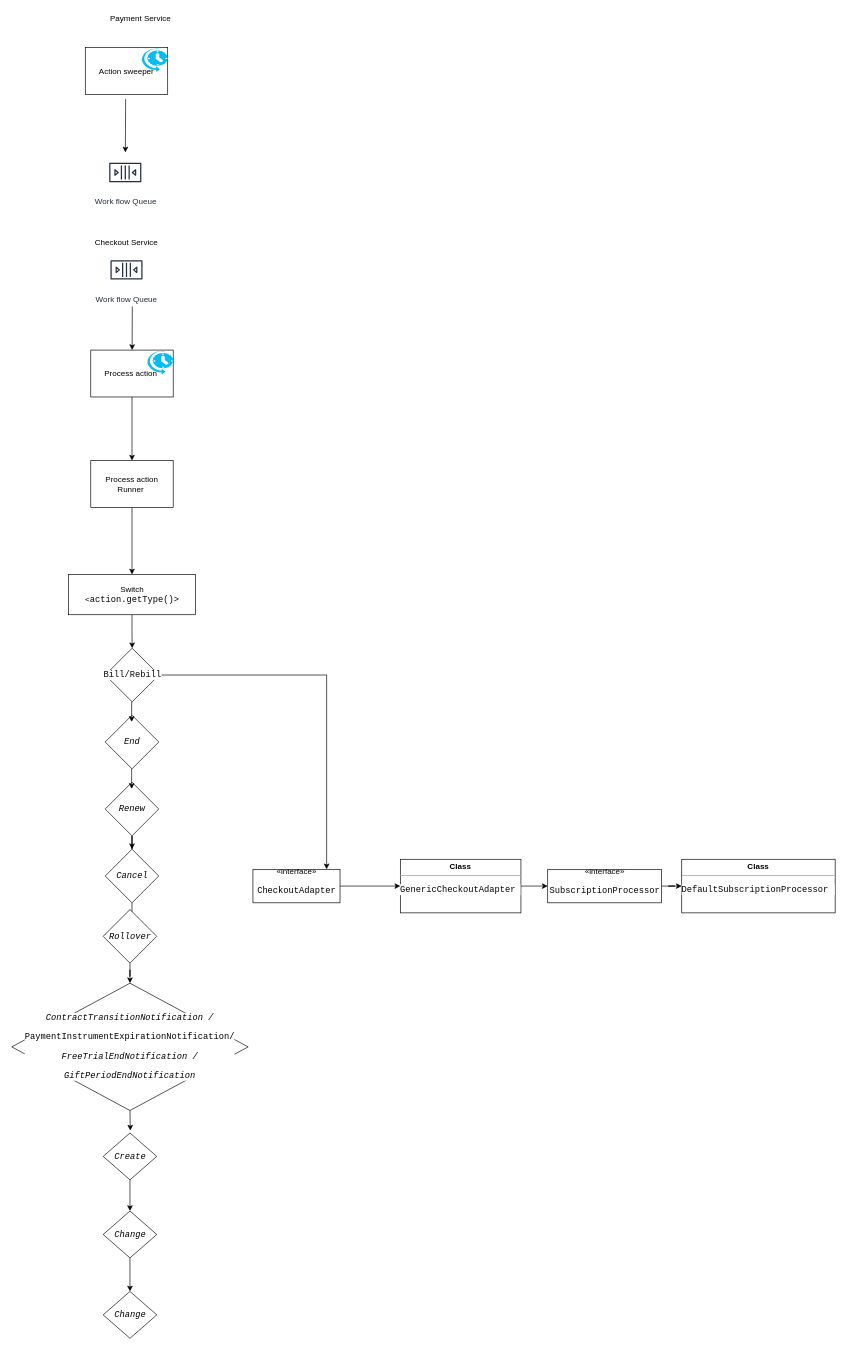
Before: Untitled Diagram.drawio in SARAVANA1990/TestJava, a draw.io diagram. Source tidied: cells renumbered, new cells numbered last; positions are measured from the earlier drawing's top-left corner, leaving out a move shared by most shapes. Both pictures are drawn from the tidied source at 67%, with x=0, y=0 at pixel (11, 11).
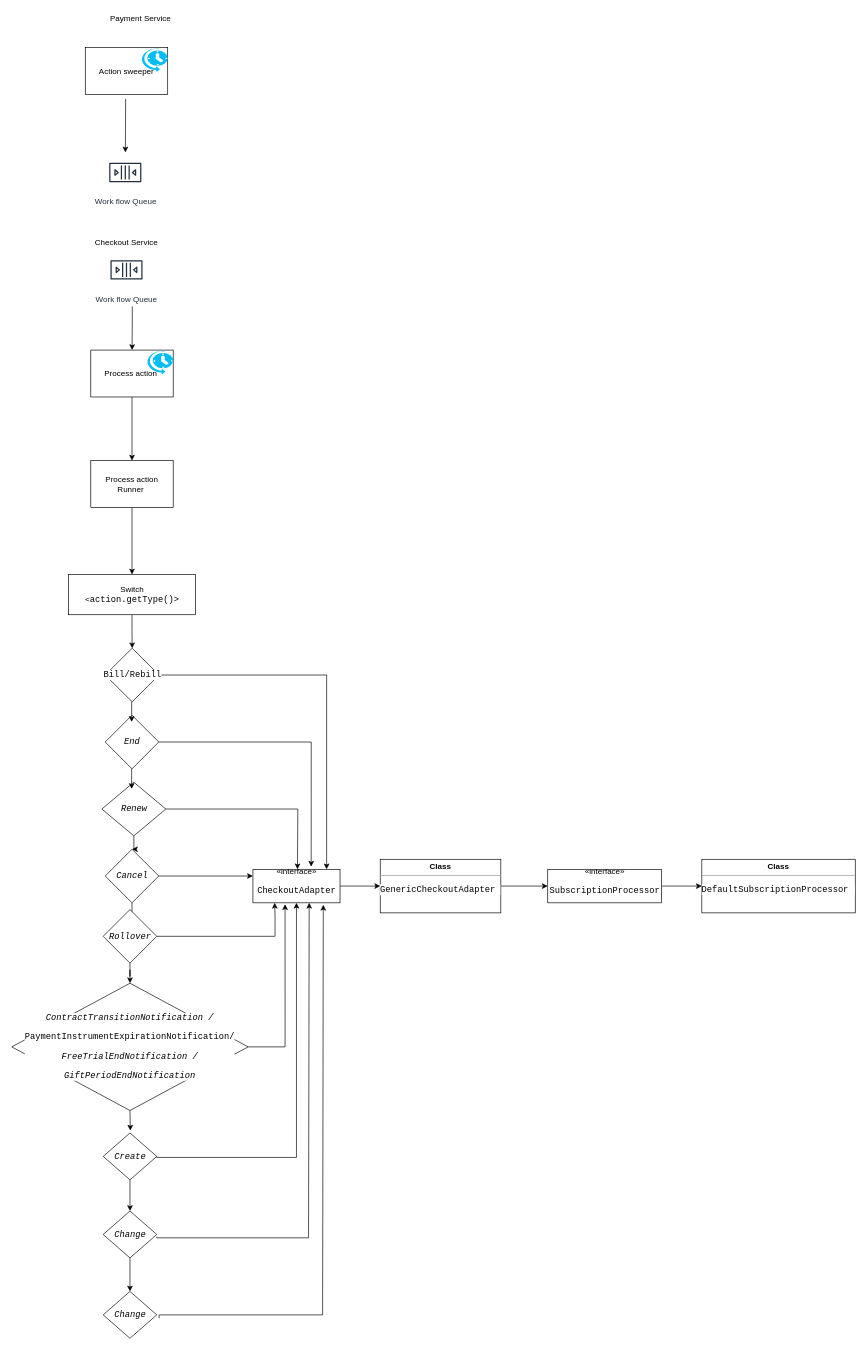
The same page after the edit.

Unchanged cells that the change refers to:
```xml
<mxCell id="3" value="&lt;pre style=&quot;background-color: rgb(255 , 255 , 255) ; font-family: &amp;#34;jetbrains mono&amp;#34; , monospace ; font-size: 9.8pt&quot;&gt;&lt;pre style=&quot;font-family: &amp;#34;jetbrains mono&amp;#34; , monospace ; font-size: 9.8pt&quot;&gt;&lt;pre style=&quot;font-family: &amp;#34;jetbrains mono&amp;#34; , monospace ; font-size: 9.8pt&quot;&gt;&lt;pre style=&quot;font-family: &amp;#34;jetbrains mono&amp;#34; , monospace ; font-size: 9.8pt&quot;&gt;&lt;span style=&quot;font-style: italic&quot;&gt;ContractTransitionNotification /&lt;/span&gt;&lt;/pre&gt;&lt;/pre&gt;&lt;pre style=&quot;font-family: &amp;#34;jetbrains mono&amp;#34; , monospace ; font-size: 9.8pt&quot;&gt;PaymentInstrumentExpirationNotification/&lt;/pre&gt;&lt;pre style=&quot;font-family: &amp;#34;jetbrains mono&amp;#34; , monospace ; font-size: 9.8pt&quot;&gt;&lt;pre style=&quot;font-family: &amp;#34;jetbrains mono&amp;#34; , monospace ; font-size: 9.8pt&quot;&gt;&lt;span style=&quot;font-style: italic&quot;&gt;FreeTrialEndNotification /&lt;/span&gt;&lt;/pre&gt;&lt;pre style=&quot;font-family: &amp;#34;jetbrains mono&amp;#34; , monospace ; font-size: 9.8pt&quot;&gt;&lt;pre style=&quot;font-family: &amp;#34;jetbrains mono&amp;#34; , monospace ; font-size: 9.8pt&quot;&gt;&lt;span style=&quot;font-style: italic&quot;&gt;GiftPeriodEndNotification&lt;/span&gt;&lt;/pre&gt;&lt;/pre&gt;&lt;/pre&gt;&lt;/pre&gt;&lt;/pre&gt;" style="rhombus;whiteSpace=wrap;html=1;" parent="1" vertex="1">
  <mxGeometry x="0.1" y="1450" width="352.8" height="190" as="geometry" />
</mxCell>
<mxCell id="20" value="&lt;pre style=&quot;background-color: rgb(255 , 255 , 255) ; font-family: &amp;#34;jetbrains mono&amp;#34; , monospace ; font-size: 9.8pt&quot;&gt;&lt;span style=&quot;font-style: italic&quot;&gt;End&lt;/span&gt;&lt;/pre&gt;" style="rhombus;whiteSpace=wrap;html=1;" parent="1" vertex="1">
  <mxGeometry x="139.5" y="1050" width="80" height="80" as="geometry" />
</mxCell>
<mxCell id="26" value="&lt;pre style=&quot;background-color: rgb(255 , 255 , 255) ; font-family: &amp;#34;jetbrains mono&amp;#34; , monospace ; font-size: 9.8pt&quot;&gt;&lt;pre style=&quot;font-family: &amp;#34;jetbrains mono&amp;#34; , monospace ; font-size: 9.8pt&quot;&gt;&lt;span style=&quot;font-style: italic&quot;&gt;Rollover&lt;/span&gt;&lt;/pre&gt;&lt;/pre&gt;" style="rhombus;whiteSpace=wrap;html=1;" parent="1" vertex="1">
  <mxGeometry x="136.5" y="1340" width="80" height="80" as="geometry" />
</mxCell>
<mxCell id="28" value="&lt;pre style=&quot;background-color: rgb(255 , 255 , 255) ; font-family: &amp;#34;jetbrains mono&amp;#34; , monospace ; font-size: 9.8pt&quot;&gt;&lt;pre style=&quot;font-family: &amp;#34;jetbrains mono&amp;#34; , monospace ; font-size: 9.8pt&quot;&gt;&lt;pre style=&quot;font-family: &amp;#34;jetbrains mono&amp;#34; , monospace ; font-size: 9.8pt&quot;&gt;&lt;span style=&quot;font-style: italic&quot;&gt;Create&lt;/span&gt;&lt;/pre&gt;&lt;/pre&gt;&lt;/pre&gt;" style="rhombus;whiteSpace=wrap;html=1;" parent="1" vertex="1">
  <mxGeometry x="136.5" y="1673.5" width="80" height="70" as="geometry" />
</mxCell>
<mxCell id="36" value="«interface»&lt;br&gt;&lt;pre style=&quot;background-color: #ffffff ; color: #080808 ; font-family: &amp;#34;jetbrains mono&amp;#34; , monospace ; font-size: 9.8pt&quot;&gt;&lt;span style=&quot;color: #000000&quot;&gt;CheckoutAdapter&lt;/span&gt;&lt;/pre&gt;" style="html=1;strokeColor=#000000;" parent="1" vertex="1">
  <mxGeometry x="360" y="1280" width="130" height="50" as="geometry" />
</mxCell>
```

The edit, as a diff of the source:
```diff
@@
+    <mxCell id="42" style="edgeStyle=orthogonalEdgeStyle;rounded=0;jettySize=auto;html=1;entryX=0.669;entryY=-0.08;entryDx=0;entryDy=0;entryPerimeter=0;" parent="1" edge="1" source="20" target="36">
+      <mxGeometry relative="1" as="geometry" />
+    </mxCell>
@@
     <mxCell id="22" value="&lt;pre style=&quot;background-color: rgb(255 , 255 , 255) ; font-family: &amp;#34;jetbrains mono&amp;#34; , monospace ; font-size: 9.8pt&quot;&gt;&lt;span style=&quot;font-style: italic&quot;&gt;Renew&lt;/span&gt;&lt;/pre&gt;" style="rhombus;whiteSpace=wrap;html=1;" parent="1" vertex="1">
-      <mxGeometry x="139.5" y="1150" width="80" height="80" as="geometry" />
+      <mxGeometry x="134.5" y="1150" width="95.5" height="80" as="geometry" />
     </mxCell>
@@
     <mxCell id="38" value="&lt;p style=&quot;margin: 0px ; margin-top: 4px ; text-align: center&quot;&gt;&lt;b&gt;Class&lt;/b&gt;&lt;/p&gt;&lt;hr size=&quot;1&quot;&gt;&lt;div style=&quot;height: 2px&quot;&gt;&lt;pre style=&quot;background-color: #ffffff ; color: #080808 ; font-family: &amp;#34;jetbrains mono&amp;#34; , monospace ; font-size: 9.8pt&quot;&gt;&lt;span style=&quot;color: #000000&quot;&gt;GenericCheckoutAdapter&lt;/span&gt;&lt;/pre&gt;&lt;/div&gt;" style="verticalAlign=top;align=left;overflow=fill;fontSize=12;fontFamily=Helvetica;html=1;strokeColor=#000000;" parent="1" vertex="1">
-      <mxGeometry x="580" y="1265" width="180" height="80" as="geometry" />
+      <mxGeometry x="550" y="1265" width="180" height="80" as="geometry" />
     </mxCell>
@@
     <mxCell id="41" value="&lt;p style=&quot;margin: 0px ; margin-top: 4px ; text-align: center&quot;&gt;&lt;b&gt;Class&lt;/b&gt;&lt;/p&gt;&lt;hr size=&quot;1&quot;&gt;&lt;div style=&quot;height: 2px&quot;&gt;&lt;pre style=&quot;background-color: #ffffff ; color: #080808 ; font-family: &amp;#34;jetbrains mono&amp;#34; , monospace ; font-size: 9.8pt&quot;&gt;&lt;pre style=&quot;font-family: &amp;#34;jetbrains mono&amp;#34; , monospace ; font-size: 9.8pt&quot;&gt;&lt;span style=&quot;color: #000000&quot;&gt;DefaultSubscriptionProcessor&lt;/span&gt;&lt;/pre&gt;&lt;/pre&gt;&lt;/div&gt;" style="verticalAlign=top;align=left;overflow=fill;fontSize=12;fontFamily=Helvetica;html=1;strokeColor=#000000;" parent="1" vertex="1">
-      <mxGeometry x="1000" y="1265" width="229" height="80" as="geometry" />
+      <mxGeometry x="1030" y="1265" width="229" height="80" as="geometry" />
     </mxCell>
+    <mxCell id="43" style="edgeStyle=orthogonalEdgeStyle;rounded=0;jettySize=auto;html=1;exitX=1;exitY=0.5;exitDx=0;exitDy=0;" parent="1" edge="1" source="22">
+      <mxGeometry relative="1" as="geometry">
+        <mxPoint x="426.5" y="1280" as="targetPoint" />
+      </mxGeometry>
+    </mxCell>
+    <mxCell id="44" style="edgeStyle=orthogonalEdgeStyle;rounded=0;orthogonalLoop=1;jettySize=auto;html=1;exitX=1;exitY=0.5;exitDx=0;exitDy=0;" parent="1" edge="1">
+      <mxGeometry relative="1" as="geometry">
+        <mxPoint x="219.5" y="1290" as="sourcePoint" />
+        <mxPoint x="360" y="1290" as="targetPoint" />
+      </mxGeometry>
+    </mxCell>
+    <mxCell id="45" style="edgeStyle=orthogonalEdgeStyle;rounded=0;jettySize=auto;html=1;exitX=1;exitY=0.5;exitDx=0;exitDy=0;entryX=0.25;entryY=1;entryDx=0;entryDy=0;" parent="1" edge="1" source="26" target="36">
+      <mxGeometry relative="1" as="geometry">
+        <Array as="points">
+          <mxPoint x="393" y="1380" />
+          <mxPoint x="393" y="1350" />
+        </Array>
+      </mxGeometry>
+    </mxCell>
+    <mxCell id="46" style="edgeStyle=orthogonalEdgeStyle;rounded=0;jettySize=auto;html=1;exitX=1;exitY=0.5;exitDx=0;exitDy=0;entryX=0.369;entryY=1.04;entryDx=0;entryDy=0;entryPerimeter=0;" parent="1" edge="1" source="3" target="36">
+      <mxGeometry relative="1" as="geometry">
+        <Array as="points">
+          <mxPoint x="408" y="1545" />
+        </Array>
+      </mxGeometry>
+    </mxCell>
+    <mxCell id="47" style="edgeStyle=orthogonalEdgeStyle;rounded=0;jettySize=auto;html=1;exitX=1;exitY=0.5;exitDx=0;exitDy=0;entryX=0.5;entryY=1;entryDx=0;entryDy=0;" parent="1" edge="1" source="28" target="36">
+      <mxGeometry relative="1" as="geometry">
+        <Array as="points">
+          <mxPoint x="217" y="1710" />
+          <mxPoint x="425" y="1710" />
+        </Array>
+      </mxGeometry>
+    </mxCell>
+    <mxCell id="48" style="edgeStyle=orthogonalEdgeStyle;rounded=0;jettySize=auto;html=1;exitX=1;exitY=0.5;exitDx=0;exitDy=0;entryX=0.646;entryY=1;entryDx=0;entryDy=0;entryPerimeter=0;" parent="1" edge="1" target="36">
+      <mxGeometry relative="1" as="geometry">
+        <mxPoint x="216.5" y="1828.5" as="sourcePoint" />
+        <Array as="points">
+          <mxPoint x="217" y="1830" />
+          <mxPoint x="443" y="1830" />
+        </Array>
+      </mxGeometry>
+    </mxCell>
+    <mxCell id="49" style="edgeStyle=orthogonalEdgeStyle;rounded=0;jettySize=auto;html=1;entryX=0.808;entryY=1.06;entryDx=0;entryDy=0;entryPerimeter=0;" parent="1" edge="1" target="36">
+      <mxGeometry relative="1" as="geometry">
+        <mxPoint x="220" y="1950" as="sourcePoint" />
+        <Array as="points">
+          <mxPoint x="220" y="1945" />
+          <mxPoint x="464" y="1945" />
+        </Array>
+      </mxGeometry>
+    </mxCell>
```
